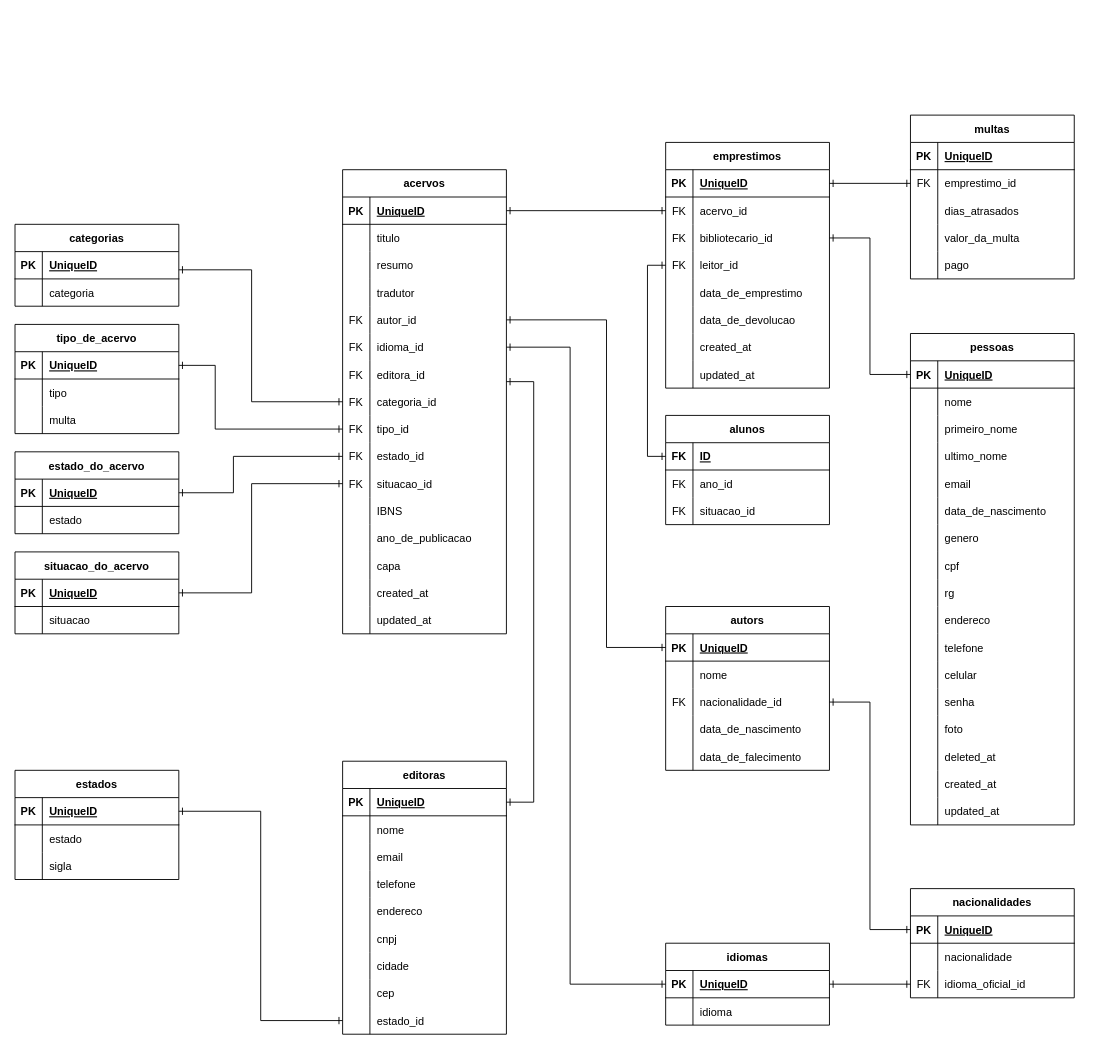
Earlier version of the draw.io diagram diagrama/diagrama_tabela_db_acervos.drawio (Noboruotao/escola-sugestao-backend). Source tidied: cells renumbered, new cells numbered last; positions are measured from the earlier drawing's top-left corner, leaving out a move shared by most shapes. Both pictures are drawn from the tidied source at 91%, with x=0, y=0 at pixel (15, 115).
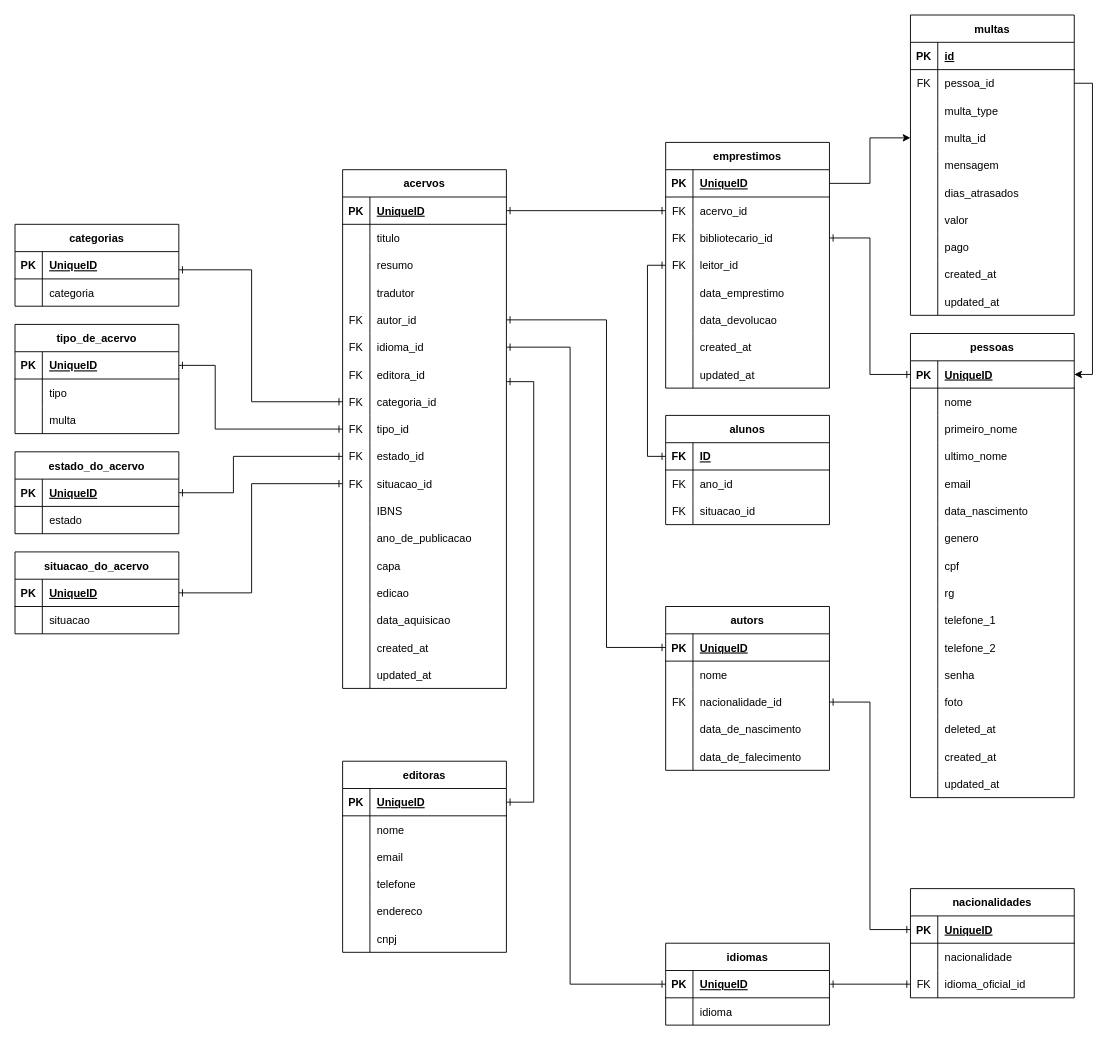
The same diagram, later.

The change refers to these unchanged cells:
```xml
<mxCell id="154" style="shape=tableRow;horizontal=0;startSize=0;swimlaneHead=0;swimlaneBody=0;fillColor=none;points=[[0,0.5],[1,0.5]];portConstraint=eastwest;top=0;left=0;right=0;bottom=1;" parent="153" vertex="1">
  <mxGeometry y="30" width="180" height="30" as="geometry" />
</mxCell>
<mxCell id="166" style="shape=tableRow;horizontal=0;startSize=0;swimlaneHead=0;swimlaneBody=0;fillColor=none;top=0;left=0;right=0;bottom=0;" parent="153" vertex="1">
  <mxGeometry y="150" width="180" height="30" as="geometry" />
</mxCell>
<mxCell id="169" style="shape=tableRow;horizontal=0;startSize=0;swimlaneHead=0;swimlaneBody=0;fillColor=none;top=0;left=0;right=0;bottom=0;" parent="153" vertex="1">
  <mxGeometry y="180" width="180" height="30" as="geometry" />
</mxCell>
<mxCell id="179" style="shape=tableRow;horizontal=0;startSize=0;swimlaneHead=0;swimlaneBody=0;fillColor=none;top=0;left=0;right=0;bottom=1;" parent="178" vertex="1">
  <mxGeometry y="30" width="180" height="30" as="geometry" />
</mxCell>
<mxCell id="182" style="shape=tableRow;horizontal=0;startSize=0;swimlaneHead=0;swimlaneBody=0;fillColor=none;points=[[0,0.5],[1,0.5]];portConstraint=eastwest;top=0;left=0;right=0;bottom=0;" parent="178" vertex="1">
  <mxGeometry y="60" width="180" height="30" as="geometry" />
</mxCell>
<mxCell id="185" style="shape=tableRow;horizontal=0;startSize=0;swimlaneHead=0;swimlaneBody=0;fillColor=none;top=0;left=0;right=0;bottom=0;" parent="178" vertex="1">
  <mxGeometry y="90" width="180" height="30" as="geometry" />
</mxCell>
<mxCell id="188" style="shape=tableRow;horizontal=0;startSize=0;swimlaneHead=0;swimlaneBody=0;fillColor=none;points=[[0,0.5],[1,0.5]];portConstraint=eastwest;top=0;left=0;right=0;bottom=0;" parent="178" vertex="1">
  <mxGeometry y="120" width="180" height="30" as="geometry" />
</mxCell>
<mxCell id="191" style="shape=tableRow;horizontal=0;startSize=0;swimlaneHead=0;swimlaneBody=0;fillColor=none;top=0;left=0;right=0;bottom=0;" parent="178" vertex="1">
  <mxGeometry y="150" width="180" height="30" as="geometry" />
</mxCell>
<mxCell id="204" style="shape=tableRow;horizontal=0;startSize=0;swimlaneHead=0;swimlaneBody=0;fillColor=none;points=[[0,0.5],[1,0.5]];portConstraint=eastwest;top=0;left=0;right=0;bottom=1;" parent="203" vertex="1">
  <mxGeometry y="30" width="180" height="30" as="geometry" />
</mxCell>
<mxCell id="219" style="shape=tableRow;horizontal=0;startSize=0;swimlaneHead=0;swimlaneBody=0;fillColor=none;top=0;left=0;right=0;bottom=0;" parent="203" vertex="1">
  <mxGeometry y="180" width="180" height="30" as="geometry" />
</mxCell>
```

What changed in the source:
```diff
@@
     <mxCell id="2" value="acervos" style="shape=table;startSize=30;childLayout=tableLayout;rowLines=0;fontStyle=1;align=center;" parent="1" vertex="1">
-      <mxGeometry x="360" y="60" width="180" height="510" as="geometry" />
+      <mxGeometry x="360" y="60" width="180" height="570" as="geometry" />
     </mxCell>
@@
+    <mxCell id="270" style="shape=tableRow;horizontal=0;startSize=0;swimlaneHead=0;swimlaneBody=0;fillColor=none;top=0;left=0;right=0;bottom=0;" parent="2" vertex="1">
+      <mxGeometry y="450" width="180" height="30" as="geometry" />
+    </mxCell>
+    <mxCell id="271" style="shape=partialRectangle;fillColor=none;top=0;left=0;bottom=0;right=0;overflow=hidden;" parent="270" vertex="1">
+      <mxGeometry width="30" height="30" as="geometry" />
+    </mxCell>
+    <mxCell id="272" value="edicao" style="shape=partialRectangle;fillColor=none;top=0;left=0;bottom=0;right=0;align=left;spacingLeft=6;overflow=hidden;" parent="270" vertex="1">
+      <mxGeometry x="30" width="150" height="30" as="geometry" />
+    </mxCell>
+    <mxCell id="273" style="shape=tableRow;horizontal=0;startSize=0;swimlaneHead=0;swimlaneBody=0;fillColor=none;top=0;left=0;right=0;bottom=0;" parent="2" vertex="1">
+      <mxGeometry y="480" width="180" height="30" as="geometry" />
+    </mxCell>
+    <mxCell id="274" style="shape=partialRectangle;fillColor=none;top=0;left=0;bottom=0;right=0;overflow=hidden;" parent="273" vertex="1">
+      <mxGeometry width="30" height="30" as="geometry" />
+    </mxCell>
+    <mxCell id="275" value="data_aquisicao" style="shape=partialRectangle;fillColor=none;top=0;left=0;bottom=0;right=0;align=left;spacingLeft=6;overflow=hidden;" parent="273" vertex="1">
+      <mxGeometry x="30" width="150" height="30" as="geometry" />
+    </mxCell>
     <mxCell id="45" style="shape=tableRow;horizontal=0;startSize=0;swimlaneHead=0;swimlaneBody=0;fillColor=none;top=0;left=0;right=0;bottom=0;" parent="2" vertex="1">
-      <mxGeometry y="450" width="180" height="30" as="geometry" />
+      <mxGeometry y="510" width="180" height="30" as="geometry" />
     </mxCell>
@@
     <mxCell id="48" style="shape=tableRow;horizontal=0;startSize=0;swimlaneHead=0;swimlaneBody=0;fillColor=none;top=0;left=0;right=0;bottom=0;" parent="2" vertex="1">
-      <mxGeometry y="480" width="180" height="30" as="geometry" />
+      <mxGeometry y="540" width="180" height="30" as="geometry" />
     </mxCell>
@@
-    <mxCell id="84" value="estados" style="shape=table;startSize=30;childLayout=tableLayout;rowLines=0;fontStyle=1;align=center;" parent="1" vertex="1">
-      <mxGeometry y="720" width="180" height="120" as="geometry" />
-    </mxCell>
-    <mxCell id="85" style="shape=tableRow;horizontal=0;startSize=0;swimlaneHead=0;swimlaneBody=0;fillColor=none;points=[[0,0.5],[1,0.5]];portConstraint=eastwest;top=0;left=0;right=0;bottom=1;" parent="84" vertex="1">
-      <mxGeometry y="30" width="180" height="30" as="geometry" />
-    </mxCell>
-    <mxCell id="86" value="PK" style="shape=partialRectangle;fillColor=none;top=0;left=0;bottom=0;right=0;fontStyle=1;overflow=hidden;" parent="85" vertex="1">
-      <mxGeometry width="30" height="30" as="geometry" />
-    </mxCell>
-    <mxCell id="87" value="UniqueID" style="shape=partialRectangle;fillColor=none;top=0;left=0;bottom=0;right=0;align=left;spacingLeft=6;fontStyle=5;overflow=hidden;" parent="85" vertex="1">
-      <mxGeometry x="30" width="150" height="30" as="geometry" />
-    </mxCell>
-    <mxCell id="88" style="shape=tableRow;horizontal=0;startSize=0;swimlaneHead=0;swimlaneBody=0;fillColor=none;top=0;left=0;right=0;bottom=0;" parent="84" vertex="1">
-      <mxGeometry y="60" width="180" height="30" as="geometry" />
-    </mxCell>
-    <mxCell id="89" style="shape=partialRectangle;fillColor=none;top=0;left=0;bottom=0;right=0;overflow=hidden;" parent="88" vertex="1">
-      <mxGeometry width="30" height="30" as="geometry" />
-    </mxCell>
-    <mxCell id="90" value="estado" style="shape=partialRectangle;fillColor=none;top=0;left=0;bottom=0;right=0;align=left;spacingLeft=6;overflow=hidden;" parent="88" vertex="1">
-      <mxGeometry x="30" width="150" height="30" as="geometry" />
-    </mxCell>
-    <mxCell id="91" style="shape=tableRow;horizontal=0;startSize=0;swimlaneHead=0;swimlaneBody=0;fillColor=none;top=0;left=0;right=0;bottom=0;" parent="84" vertex="1">
-      <mxGeometry y="90" width="180" height="30" as="geometry" />
-    </mxCell>
-    <mxCell id="92" style="shape=partialRectangle;fillColor=none;top=0;left=0;bottom=0;right=0;overflow=hidden;" parent="91" vertex="1">
-      <mxGeometry width="30" height="30" as="geometry" />
-    </mxCell>
-    <mxCell id="93" value="sigla" style="shape=partialRectangle;fillColor=none;top=0;left=0;bottom=0;right=0;align=left;spacingLeft=6;overflow=hidden;" parent="91" vertex="1">
-      <mxGeometry x="30" width="150" height="30" as="geometry" />
-    </mxCell>
     <mxCell id="94" value="editoras" style="shape=table;startSize=30;childLayout=tableLayout;rowLines=0;fontStyle=1;align=center;" parent="1" vertex="1">
-      <mxGeometry x="360" y="710" width="180" height="300" as="geometry" />
+      <mxGeometry x="360" y="710" width="180" height="210" as="geometry" />
     </mxCell>
@@
-    <mxCell id="113" style="shape=tableRow;horizontal=0;startSize=0;swimlaneHead=0;swimlaneBody=0;fillColor=none;top=0;left=0;right=0;bottom=0;" parent="94" vertex="1">
-      <mxGeometry y="210" width="180" height="30" as="geometry" />
-    </mxCell>
-    <mxCell id="114" style="shape=partialRectangle;fillColor=none;top=0;left=0;bottom=0;right=0;overflow=hidden;" parent="113" vertex="1">
-      <mxGeometry width="30" height="30" as="geometry" />
-    </mxCell>
-    <mxCell id="115" value="cidade" style="shape=partialRectangle;fillColor=none;top=0;left=0;bottom=0;right=0;align=left;spacingLeft=6;overflow=hidden;" parent="113" vertex="1">
-      <mxGeometry x="30" width="150" height="30" as="geometry" />
-    </mxCell>
-    <mxCell id="116" style="shape=tableRow;horizontal=0;startSize=0;swimlaneHead=0;swimlaneBody=0;fillColor=none;top=0;left=0;right=0;bottom=0;" parent="94" vertex="1">
-      <mxGeometry y="240" width="180" height="30" as="geometry" />
-    </mxCell>
-    <mxCell id="117" style="shape=partialRectangle;fillColor=none;top=0;left=0;bottom=0;right=0;overflow=hidden;" parent="116" vertex="1">
-      <mxGeometry width="30" height="30" as="geometry" />
-    </mxCell>
-    <mxCell id="118" value="cep" style="shape=partialRectangle;fillColor=none;top=0;left=0;bottom=0;right=0;align=left;spacingLeft=6;overflow=hidden;" parent="116" vertex="1">
-      <mxGeometry x="30" width="150" height="30" as="geometry" />
-    </mxCell>
-    <mxCell id="119" style="shape=tableRow;horizontal=0;startSize=0;swimlaneHead=0;swimlaneBody=0;fillColor=none;points=[[0,0.5],[1,0.5]];portConstraint=eastwest;top=0;left=0;right=0;bottom=0;" parent="94" vertex="1">
-      <mxGeometry y="270" width="180" height="30" as="geometry" />
-    </mxCell>
-    <mxCell id="120" style="shape=partialRectangle;fillColor=none;top=0;left=0;bottom=0;right=0;overflow=hidden;" parent="119" vertex="1">
-      <mxGeometry width="30" height="30" as="geometry" />
-    </mxCell>
-    <mxCell id="121" value="estado_id" style="shape=partialRectangle;fillColor=none;top=0;left=0;bottom=0;right=0;align=left;spacingLeft=6;overflow=hidden;" parent="119" vertex="1">
-      <mxGeometry x="30" width="150" height="30" as="geometry" />
-    </mxCell>
@@
-    <mxCell id="168" value="data_de_emprestimo" style="shape=partialRectangle;fillColor=none;top=0;left=0;bottom=0;right=0;align=left;spacingLeft=6;overflow=hidden;" parent="166" vertex="1">
+    <mxCell id="168" value="data_emprestimo" style="shape=partialRectangle;fillColor=none;top=0;left=0;bottom=0;right=0;align=left;spacingLeft=6;overflow=hidden;" parent="166" vertex="1">
       <mxGeometry x="30" width="150" height="30" as="geometry" />
     </mxCell>
@@
-    <mxCell id="171" value="data_de_devolucao" style="shape=partialRectangle;fillColor=none;top=0;left=0;bottom=0;right=0;align=left;spacingLeft=6;overflow=hidden;" parent="169" vertex="1">
+    <mxCell id="171" value="data_devolucao" style="shape=partialRectangle;fillColor=none;top=0;left=0;bottom=0;right=0;align=left;spacingLeft=6;overflow=hidden;" parent="169" vertex="1">
       <mxGeometry x="30" width="150" height="30" as="geometry" />
     </mxCell>
@@
     <mxCell id="178" value="multas" style="shape=table;startSize=30;childLayout=tableLayout;rowLines=0;fontStyle=1;align=center;" parent="1" vertex="1">
-      <mxGeometry x="984" width="180" height="180" as="geometry" />
+      <mxGeometry x="984" y="-110" width="180" height="330" as="geometry" />
     </mxCell>
@@
-    <mxCell id="181" value="UniqueID" style="shape=partialRectangle;fillColor=none;top=0;left=0;bottom=0;right=0;align=left;spacingLeft=6;fontStyle=5;overflow=hidden;" parent="179" vertex="1">
+    <mxCell id="181" value="id" style="shape=partialRectangle;fillColor=none;top=0;left=0;bottom=0;right=0;align=left;spacingLeft=6;fontStyle=5;overflow=hidden;" parent="179" vertex="1">
       <mxGeometry x="30" width="150" height="30" as="geometry" />
     </mxCell>
@@
-    <mxCell id="184" value="emprestimo_id" style="shape=partialRectangle;fillColor=none;top=0;left=0;bottom=0;right=0;align=left;spacingLeft=6;overflow=hidden;" parent="182" vertex="1">
+    <mxCell id="184" value="pessoa_id" style="shape=partialRectangle;fillColor=none;top=0;left=0;bottom=0;right=0;align=left;spacingLeft=6;overflow=hidden;" parent="182" vertex="1">
       <mxGeometry x="30" width="150" height="30" as="geometry" />
     </mxCell>
@@
-    <mxCell id="187" value="dias_atrasados" style="shape=partialRectangle;fillColor=none;top=0;left=0;bottom=0;right=0;align=left;spacingLeft=6;overflow=hidden;" parent="185" vertex="1">
+    <mxCell id="187" value="multa_type" style="shape=partialRectangle;fillColor=none;top=0;left=0;bottom=0;right=0;align=left;spacingLeft=6;overflow=hidden;" parent="185" vertex="1">
       <mxGeometry x="30" width="150" height="30" as="geometry" />
     </mxCell>
@@
-    <mxCell id="190" value="valor_da_multa" style="shape=partialRectangle;fillColor=none;top=0;left=0;bottom=0;right=0;align=left;spacingLeft=6;overflow=hidden;" parent="188" vertex="1">
+    <mxCell id="190" value="multa_id" style="shape=partialRectangle;fillColor=none;top=0;left=0;bottom=0;right=0;align=left;spacingLeft=6;overflow=hidden;" parent="188" vertex="1">
       <mxGeometry x="30" width="150" height="30" as="geometry" />
     </mxCell>
@@
-    <mxCell id="193" value="pago" style="shape=partialRectangle;fillColor=none;top=0;left=0;bottom=0;right=0;align=left;spacingLeft=6;overflow=hidden;" parent="191" vertex="1">
+    <mxCell id="193" value="mensagem" style="shape=partialRectangle;fillColor=none;top=0;left=0;bottom=0;right=0;align=left;spacingLeft=6;overflow=hidden;" parent="191" vertex="1">
       <mxGeometry x="30" width="150" height="30" as="geometry" />
     </mxCell>
+    <mxCell id="276" style="shape=tableRow;horizontal=0;startSize=0;swimlaneHead=0;swimlaneBody=0;fillColor=none;top=0;left=0;right=0;bottom=0;" parent="178" vertex="1">
+      <mxGeometry y="180" width="180" height="30" as="geometry" />
+    </mxCell>
+    <mxCell id="277" style="shape=partialRectangle;fillColor=none;top=0;left=0;bottom=0;right=0;overflow=hidden;" parent="276" vertex="1">
+      <mxGeometry width="30" height="30" as="geometry" />
+    </mxCell>
+    <mxCell id="278" value="dias_atrasados" style="shape=partialRectangle;fillColor=none;top=0;left=0;bottom=0;right=0;align=left;spacingLeft=6;overflow=hidden;" parent="276" vertex="1">
+      <mxGeometry x="30" width="150" height="30" as="geometry" />
+    </mxCell>
+    <mxCell id="113" style="shape=tableRow;horizontal=0;startSize=0;swimlaneHead=0;swimlaneBody=0;fillColor=none;top=0;left=0;right=0;bottom=0;" parent="178" vertex="1">
+      <mxGeometry y="210" width="180" height="30" as="geometry" />
+    </mxCell>
+    <mxCell id="279" style="shape=partialRectangle;fillColor=none;top=0;left=0;bottom=0;right=0;overflow=hidden;" parent="113" vertex="1">
+      <mxGeometry width="30" height="30" as="geometry" />
+    </mxCell>
+    <mxCell id="280" value="valor" style="shape=partialRectangle;fillColor=none;top=0;left=0;bottom=0;right=0;align=left;spacingLeft=6;overflow=hidden;" parent="113" vertex="1">
+      <mxGeometry x="30" width="150" height="30" as="geometry" />
+    </mxCell>
+    <mxCell id="116" style="shape=tableRow;horizontal=0;startSize=0;swimlaneHead=0;swimlaneBody=0;fillColor=none;top=0;left=0;right=0;bottom=0;" parent="178" vertex="1">
+      <mxGeometry y="240" width="180" height="30" as="geometry" />
+    </mxCell>
+    <mxCell id="281" style="shape=partialRectangle;fillColor=none;top=0;left=0;bottom=0;right=0;overflow=hidden;" parent="116" vertex="1">
+      <mxGeometry width="30" height="30" as="geometry" />
+    </mxCell>
+    <mxCell id="282" value="pago" style="shape=partialRectangle;fillColor=none;top=0;left=0;bottom=0;right=0;align=left;spacingLeft=6;overflow=hidden;" parent="116" vertex="1">
+      <mxGeometry x="30" width="150" height="30" as="geometry" />
+    </mxCell>
+    <mxCell id="119" style="shape=tableRow;horizontal=0;startSize=0;swimlaneHead=0;swimlaneBody=0;fillColor=none;points=[[0,0.5],[1,0.5]];portConstraint=eastwest;top=0;left=0;right=0;bottom=0;" parent="178" vertex="1">
+      <mxGeometry y="270" width="180" height="30" as="geometry" />
+    </mxCell>
+    <mxCell id="283" style="shape=partialRectangle;fillColor=none;top=0;left=0;bottom=0;right=0;overflow=hidden;" parent="119" vertex="1">
+      <mxGeometry width="30" height="30" as="geometry" />
+    </mxCell>
+    <mxCell id="284" value="created_at" style="shape=partialRectangle;fillColor=none;top=0;left=0;bottom=0;right=0;align=left;spacingLeft=6;overflow=hidden;" parent="119" vertex="1">
+      <mxGeometry x="30" width="150" height="30" as="geometry" />
+    </mxCell>
+    <mxCell id="231" style="shape=tableRow;horizontal=0;startSize=0;swimlaneHead=0;swimlaneBody=0;fillColor=none;top=0;left=0;right=0;bottom=0;" parent="178" vertex="1">
+      <mxGeometry y="300" width="180" height="30" as="geometry" />
+    </mxCell>
+    <mxCell id="285" style="shape=partialRectangle;fillColor=none;top=0;left=0;bottom=0;right=0;overflow=hidden;" parent="231" vertex="1">
+      <mxGeometry width="30" height="30" as="geometry" />
+    </mxCell>
+    <mxCell id="286" value="updated_at" style="shape=partialRectangle;fillColor=none;top=0;left=0;bottom=0;right=0;align=left;spacingLeft=6;overflow=hidden;" parent="231" vertex="1">
+      <mxGeometry x="30" width="150" height="30" as="geometry" />
+    </mxCell>
@@
-    <mxCell id="201" style="edgeStyle=orthogonalEdgeStyle;rounded=0;jettySize=auto;html=1;entryX=0;entryY=0.5;entryDx=0;entryDy=0;startArrow=ERone;startFill=0;endArrow=ERone;endFill=0;" parent="1" edge="1" source="85" target="119">
-      <mxGeometry relative="1" as="geometry" />
-    </mxCell>
@@
     <mxCell id="203" value="pessoas" style="shape=table;startSize=30;childLayout=tableLayout;rowLines=0;fontStyle=1;align=center;" parent="1" vertex="1">
-      <mxGeometry x="984" y="240" width="180" height="540" as="geometry" />
+      <mxGeometry x="984" y="240" width="180" height="510" as="geometry" />
     </mxCell>
@@
-    <mxCell id="221" value="data_de_nascimento" style="shape=partialRectangle;fillColor=none;top=0;left=0;bottom=0;right=0;align=left;spacingLeft=6;overflow=hidden;" parent="219" vertex="1">
+    <mxCell id="221" value="data_nascimento" style="shape=partialRectangle;fillColor=none;top=0;left=0;bottom=0;right=0;align=left;spacingLeft=6;overflow=hidden;" parent="219" vertex="1">
       <mxGeometry x="30" width="150" height="30" as="geometry" />
     </mxCell>
@@
-    <mxCell id="231" style="shape=tableRow;horizontal=0;startSize=0;swimlaneHead=0;swimlaneBody=0;fillColor=none;top=0;left=0;right=0;bottom=0;" parent="203" vertex="1">
-      <mxGeometry y="300" width="180" height="30" as="geometry" />
-    </mxCell>
-    <mxCell id="232" style="shape=partialRectangle;fillColor=none;top=0;left=0;bottom=0;right=0;overflow=hidden;" parent="231" vertex="1">
-      <mxGeometry width="30" height="30" as="geometry" />
-    </mxCell>
-    <mxCell id="233" value="endereco" style="shape=partialRectangle;fillColor=none;top=0;left=0;bottom=0;right=0;align=left;spacingLeft=6;overflow=hidden;" parent="231" vertex="1">
-      <mxGeometry x="30" width="150" height="30" as="geometry" />
-    </mxCell>
     <mxCell id="234" style="shape=tableRow;horizontal=0;startSize=0;swimlaneHead=0;swimlaneBody=0;fillColor=none;top=0;left=0;right=0;bottom=0;" parent="203" vertex="1">
-      <mxGeometry y="330" width="180" height="30" as="geometry" />
+      <mxGeometry y="300" width="180" height="30" as="geometry" />
     </mxCell>
@@
-    <mxCell id="236" value="telefone" style="shape=partialRectangle;fillColor=none;top=0;left=0;bottom=0;right=0;align=left;spacingLeft=6;overflow=hidden;" parent="234" vertex="1">
+    <mxCell id="236" value="telefone_1" style="shape=partialRectangle;fillColor=none;top=0;left=0;bottom=0;right=0;align=left;spacingLeft=6;overflow=hidden;" parent="234" vertex="1">
       <mxGeometry x="30" width="150" height="30" as="geometry" />
     </mxCell>
     <mxCell id="237" style="shape=tableRow;horizontal=0;startSize=0;swimlaneHead=0;swimlaneBody=0;fillColor=none;top=0;left=0;right=0;bottom=0;" parent="203" vertex="1">
-      <mxGeometry y="360" width="180" height="30" as="geometry" />
+      <mxGeometry y="330" width="180" height="30" as="geometry" />
     </mxCell>
@@
-    <mxCell id="239" value="celular" style="shape=partialRectangle;fillColor=none;top=0;left=0;bottom=0;right=0;align=left;spacingLeft=6;overflow=hidden;" parent="237" vertex="1">
+    <mxCell id="239" value="telefone_2" style="shape=partialRectangle;fillColor=none;top=0;left=0;bottom=0;right=0;align=left;spacingLeft=6;overflow=hidden;" parent="237" vertex="1">
       <mxGeometry x="30" width="150" height="30" as="geometry" />
     </mxCell>
     <mxCell id="240" style="shape=tableRow;horizontal=0;startSize=0;swimlaneHead=0;swimlaneBody=0;fillColor=none;top=0;left=0;right=0;bottom=0;" parent="203" vertex="1">
-      <mxGeometry y="390" width="180" height="30" as="geometry" />
+      <mxGeometry y="360" width="180" height="30" as="geometry" />
     </mxCell>
@@
     <mxCell id="243" style="shape=tableRow;horizontal=0;startSize=0;swimlaneHead=0;swimlaneBody=0;fillColor=none;top=0;left=0;right=0;bottom=0;" parent="203" vertex="1">
-      <mxGeometry y="420" width="180" height="30" as="geometry" />
+      <mxGeometry y="390" width="180" height="30" as="geometry" />
     </mxCell>
@@
     <mxCell id="246" style="shape=tableRow;horizontal=0;startSize=0;swimlaneHead=0;swimlaneBody=0;fillColor=none;top=0;left=0;right=0;bottom=0;" parent="203" vertex="1">
-      <mxGeometry y="450" width="180" height="30" as="geometry" />
+      <mxGeometry y="420" width="180" height="30" as="geometry" />
     </mxCell>
@@
     <mxCell id="249" style="shape=tableRow;horizontal=0;startSize=0;swimlaneHead=0;swimlaneBody=0;fillColor=none;top=0;left=0;right=0;bottom=0;" parent="203" vertex="1">
-      <mxGeometry y="480" width="180" height="30" as="geometry" />
+      <mxGeometry y="450" width="180" height="30" as="geometry" />
     </mxCell>
@@
     <mxCell id="252" style="shape=tableRow;horizontal=0;startSize=0;swimlaneHead=0;swimlaneBody=0;fillColor=none;top=0;left=0;right=0;bottom=0;" parent="203" vertex="1">
-      <mxGeometry y="510" width="180" height="30" as="geometry" />
+      <mxGeometry y="480" width="180" height="30" as="geometry" />
     </mxCell>
@@
-    <mxCell id="267" style="edgeStyle=orthogonalEdgeStyle;rounded=0;jettySize=auto;html=1;entryX=0;entryY=0.5;entryDx=0;entryDy=0;startArrow=ERone;startFill=0;endArrow=ERone;endFill=0;" parent="1" edge="1" source="154" target="182">
-      <mxGeometry relative="1" as="geometry" />
-    </mxCell>
@@
+    <mxCell id="287" style="edgeStyle=orthogonalEdgeStyle;rounded=0;jettySize=auto;html=1;entryX=1;entryY=0.5;entryDx=0;entryDy=0;" parent="1" edge="1" source="182" target="204">
+      <mxGeometry relative="1" as="geometry">
+        <Array as="points">
+          <mxPoint x="1184" y="-35" />
+          <mxPoint x="1184" y="285" />
+        </Array>
+      </mxGeometry>
+    </mxCell>
+    <mxCell id="288" style="edgeStyle=orthogonalEdgeStyle;rounded=0;jettySize=auto;html=1;entryX=0;entryY=0.5;entryDx=0;entryDy=0;" parent="1" edge="1" source="154" target="188">
+      <mxGeometry relative="1" as="geometry" />
+    </mxCell>
```
